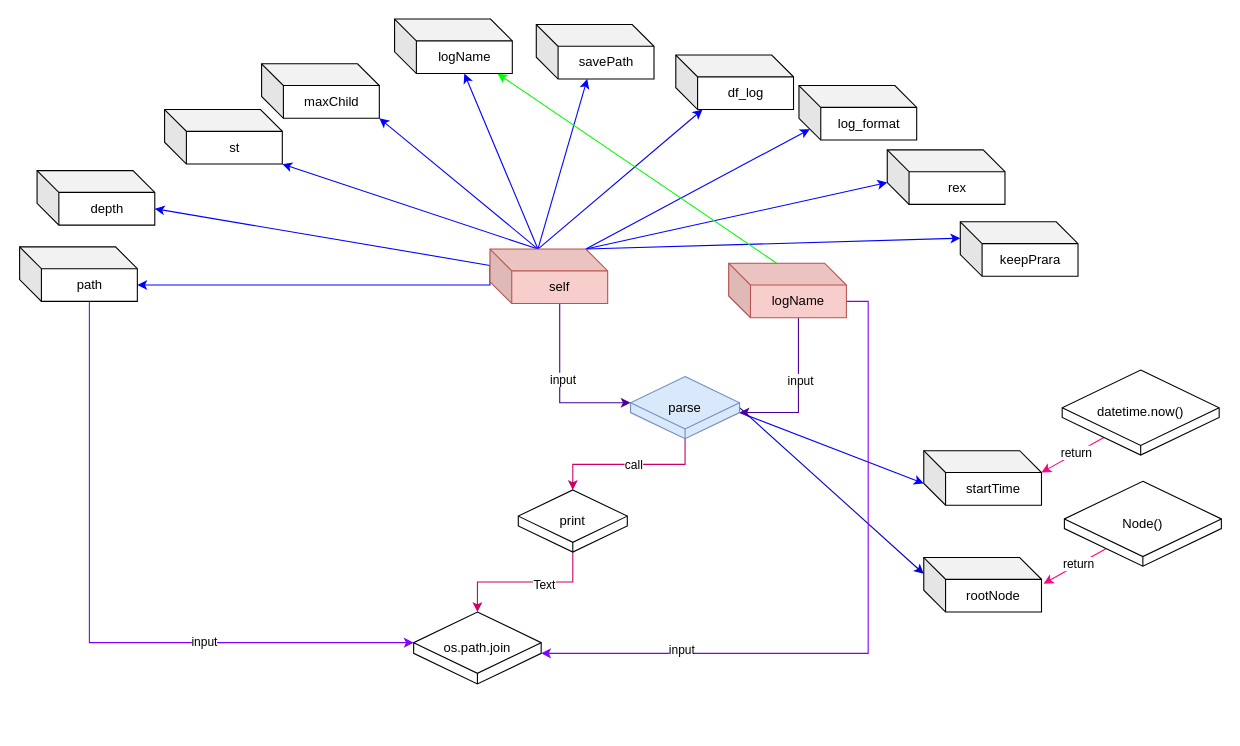
ChengHongyun/MixedLogParser keeps this draw.io diagram as parseDependencies.drawio. Above is the earlier version. Source tidied: cells renumbered, new cells numbered last; positions are measured from the earlier drawing's top-left corner, leaving out a move shared by most shapes. Both pictures are drawn from the tidied source at 109%, with x=0, y=0 at pixel (20, 19).
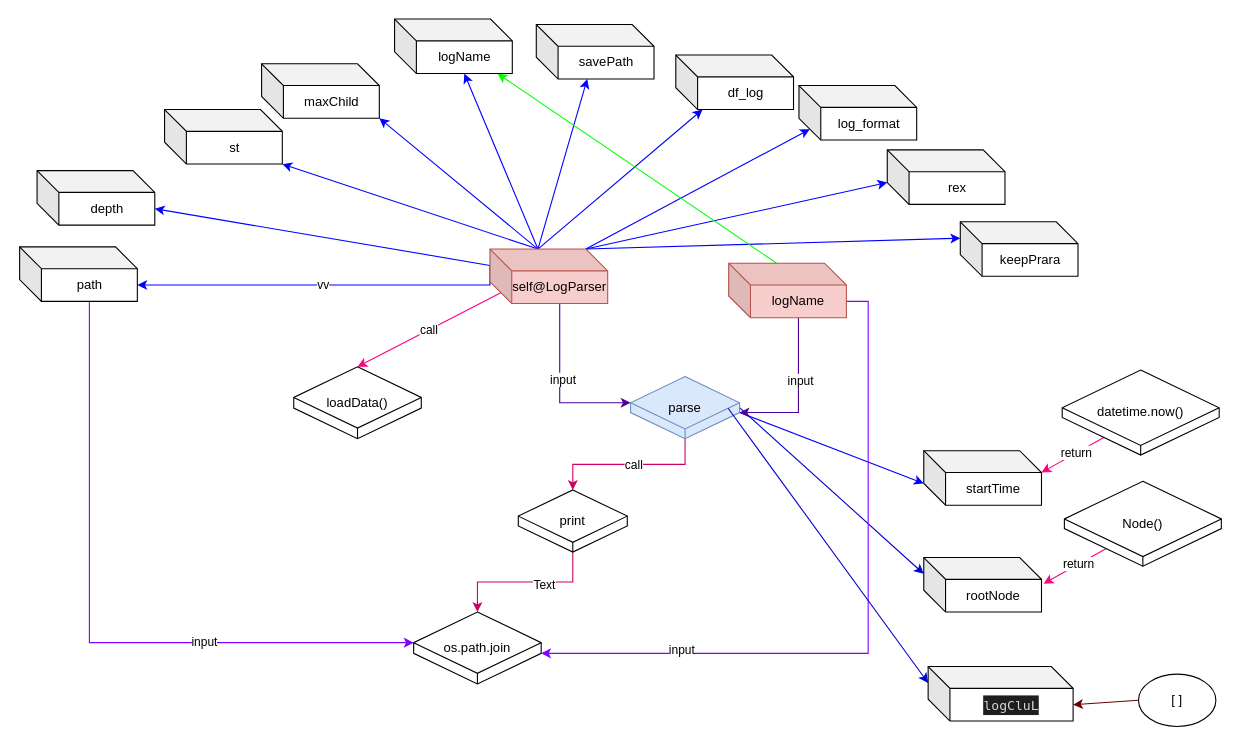
The same diagram, later.

Unchanged cells that the change refers to:
```xml
<mxCell id="6" value="parse" style="whiteSpace=wrap;html=1;shape=mxgraph.basic.isocube;isoAngle=15;fillColor=#dae8fc;strokeColor=#6c8ebf;" parent="1" vertex="1">
  <mxGeometry x="560" y="328" width="100" height="57" as="geometry" />
</mxCell>
<mxCell id="32" value="&lt;font color=&quot;#000000&quot;&gt;&lt;span style=&quot;caret-color: rgb(0, 0, 0);&quot;&gt;path&lt;/span&gt;&lt;/font&gt;" style="shape=cube;whiteSpace=wrap;html=1;boundedLbl=1;backgroundOutline=1;darkOpacity=0.05;darkOpacity2=0.1;fontColor=#67AB9F;" parent="1" vertex="1">
  <mxGeometry x="-0.5" y="209" width="108" height="50" as="geometry" />
</mxCell>
```

Diff of the diagram source:
```diff
@@
-    <mxCell id="9" style="edgeStyle=orthogonalEdgeStyle;rounded=0;jettySize=auto;html=1;exitX=0;exitY=0;exitDx=0;exitDy=15;exitPerimeter=0;entryX=0;entryY=0;entryDx=108;entryDy=35;entryPerimeter=0;strokeColor=#0000FF;" parent="1" edge="1" source="19" target="32">
+    <mxCell id="9" value="vv" style="edgeStyle=orthogonalEdgeStyle;rounded=0;jettySize=auto;html=1;exitX=0;exitY=0;exitDx=0;exitDy=15;exitPerimeter=0;entryX=0;entryY=0;entryDx=108;entryDy=35;entryPerimeter=0;strokeColor=#0000FF;" parent="1" edge="1" source="19" target="32">
       <mxGeometry relative="1" as="geometry">
         <Array as="points">
           <mxPoint x="431" y="244" />
         </Array>
       </mxGeometry>
     </mxCell>
@@
-    <mxCell id="19" value="&lt;font color=&quot;#000000&quot;&gt;&lt;span style=&quot;caret-color: rgb(0, 0, 0);&quot;&gt;self&lt;/span&gt;&lt;/font&gt;" style="shape=cube;whiteSpace=wrap;html=1;boundedLbl=1;backgroundOutline=1;darkOpacity=0.05;darkOpacity2=0.1;fillColor=#f8cecc;strokeColor=#b85450;" parent="1" vertex="1">
+    <mxCell id="19" value="&lt;font color=&quot;#000000&quot;&gt;&lt;span style=&quot;caret-color: rgb(0, 0, 0);&quot;&gt;self@LogParser&lt;/span&gt;&lt;/font&gt;" style="shape=cube;whiteSpace=wrap;html=1;boundedLbl=1;backgroundOutline=1;darkOpacity=0.05;darkOpacity2=0.1;fillColor=#f8cecc;strokeColor=#b85450;" parent="1" vertex="1">
       <mxGeometry x="431" y="211" width="108" height="50" as="geometry" />
     </mxCell>
@@
+    <mxCell id="48" style="edgeStyle=none;rounded=0;jettySize=auto;html=1;exitX=0;exitY=0;exitDx=0;exitDy=15;exitPerimeter=0;entryX=0.895;entryY=0.509;entryDx=0;entryDy=0;entryPerimeter=0;strokeColor=#0000CC;startArrow=classic;startFill=1;endArrow=none;endFill=0;" parent="1" edge="1" source="50" target="6">
+      <mxGeometry relative="1" as="geometry" />
+    </mxCell>
+    <mxCell id="49" style="edgeStyle=none;rounded=0;jettySize=auto;html=1;exitX=0;exitY=0;exitDx=133;exitDy=35;exitPerimeter=0;entryX=0;entryY=0.5;entryDx=0;entryDy=0;strokeColor=#660000;startArrow=classic;startFill=1;endArrow=none;endFill=0;" parent="1" edge="1" source="50" target="51">
+      <mxGeometry relative="1" as="geometry" />
+    </mxCell>
+    <mxCell id="50" value="&lt;div style=&quot;text-align: start; color: rgb(212, 212, 212); background-color: rgb(30, 30, 30); font-family: Menlo, Monaco, &amp;quot;Courier New&amp;quot;, monospace; line-height: 18px;&quot;&gt;        logCluL&lt;/div&gt;" style="shape=cube;whiteSpace=wrap;html=1;boundedLbl=1;backgroundOutline=1;darkOpacity=0.05;darkOpacity2=0.1;fontColor=#67AB9F;" parent="1" vertex="1">
+      <mxGeometry x="833" y="594" width="133" height="50" as="geometry" />
+    </mxCell>
+    <mxCell id="51" value="[ ]" style="ellipse;whiteSpace=wrap;html=1;" parent="1" vertex="1">
+      <mxGeometry x="1026" y="601" width="71" height="48" as="geometry" />
+    </mxCell>
+    <mxCell id="52" value="call" style="edgeStyle=none;rounded=0;jettySize=auto;html=1;exitX=0.5;exitY=0;exitDx=0;exitDy=0;exitPerimeter=0;entryX=0;entryY=0;entryDx=10;entryDy=40;entryPerimeter=0;strokeColor=#FF0080;startArrow=classic;startFill=1;endArrow=none;endFill=0;" parent="1" edge="1" source="53" target="19">
+      <mxGeometry relative="1" as="geometry" />
+    </mxCell>
+    <mxCell id="53" value="loadData()" style="whiteSpace=wrap;html=1;shape=mxgraph.basic.isocube;isoAngle=15;fontColor=#000000;" parent="1" vertex="1">
+      <mxGeometry x="251" y="319" width="117" height="66" as="geometry" />
+    </mxCell>
```
